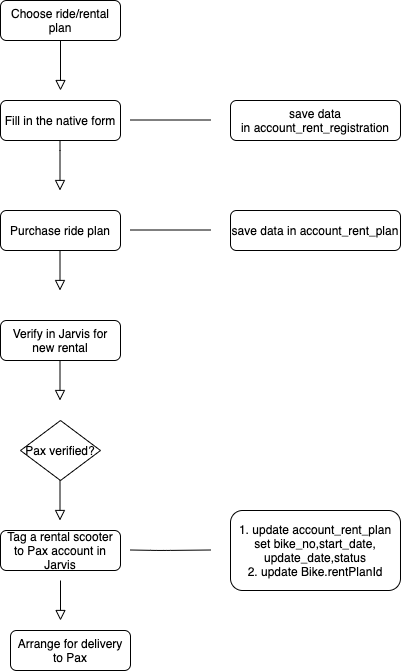
Before: Untitled Diagram.png, a diagram exported from draw.io (Shawn1208/blog). Source tidied: cells renumbered, new cells last; positions are measured from the earlier drawing's top-left corner, leaving out a move shared by most shapes.
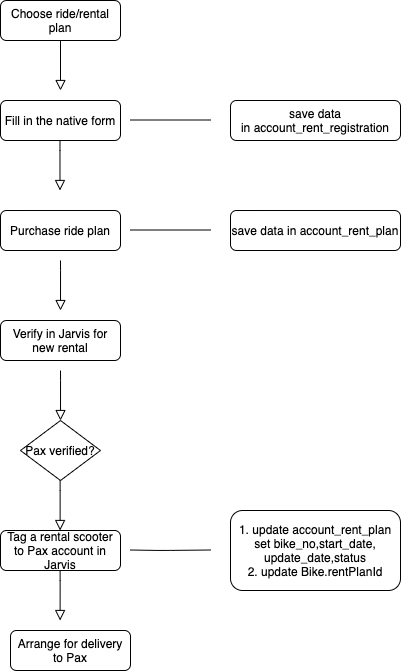
After the change.

The edit, as a diff of the source:
```diff
@@ -13,16 +13,6 @@
     <mxCell id="4" value="Purchase ride plan" style="rounded=1;whiteSpace=wrap;html=1;fontSize=12;glass=0;strokeWidth=1;shadow=0;" parent="1" vertex="1">
       <mxGeometry y="210" width="120" height="40" as="geometry" />
     </mxCell>
-    <mxCell id="5" style="rounded=0;html=1;jettySize=auto;orthogonalLoop=1;fontSize=11;endArrow=block;endFill=0;endSize=8;strokeWidth=1;shadow=0;labelBackgroundColor=none;edgeStyle=orthogonalEdgeStyle;" parent="1" edge="1">
-      <mxGeometry x="0.33" y="20" relative="1" as="geometry">
-        <mxPoint x="59.5" y="250" as="sourcePoint" />
-        <mxPoint x="59.5" y="290" as="targetPoint" />
-        <Array as="points">
-          <mxPoint x="59.5" y="290" />
-          <mxPoint x="59.5" y="290" />
-        </Array>
-      </mxGeometry>
-    </mxCell>
     <mxCell id="6" value="Verify in Jarvis for new rental" style="rounded=1;whiteSpace=wrap;html=1;fontSize=12;glass=0;strokeWidth=1;shadow=0;" parent="1" vertex="1">
       <mxGeometry y="320" width="120" height="40" as="geometry" />
     </mxCell>
@@ -57,32 +47,12 @@
     <mxCell id="12" value="save data in&amp;nbsp;account_rent_plan" style="rounded=1;whiteSpace=wrap;html=1;fontSize=12;glass=0;strokeWidth=1;shadow=0;" parent="1" vertex="1">
       <mxGeometry x="230" y="210" width="170" height="40" as="geometry" />
     </mxCell>
-    <mxCell id="13" style="rounded=0;html=1;jettySize=auto;orthogonalLoop=1;fontSize=11;endArrow=block;endFill=0;endSize=8;strokeWidth=1;shadow=0;labelBackgroundColor=none;edgeStyle=orthogonalEdgeStyle;" parent="1" edge="1">
-      <mxGeometry x="0.33" y="20" relative="1" as="geometry">
-        <mxPoint x="59.5" y="360" as="sourcePoint" />
-        <mxPoint x="59.5" y="400" as="targetPoint" />
-        <Array as="points">
-          <mxPoint x="60" y="400" />
-          <mxPoint x="60" y="400" />
-        </Array>
-      </mxGeometry>
-    </mxCell>
     <mxCell id="14" value="Pax verified?" style="rhombus;whiteSpace=wrap;html=1;" parent="1" vertex="1">
       <mxGeometry x="20" y="420" width="80" height="60" as="geometry" />
     </mxCell>
     <mxCell id="15" value="Tag a rental scooter to Pax account in Jarvis" style="rounded=1;whiteSpace=wrap;html=1;fontSize=12;glass=0;strokeWidth=1;shadow=0;" parent="1" vertex="1">
       <mxGeometry y="530" width="120" height="40" as="geometry" />
     </mxCell>
-    <mxCell id="16" style="rounded=0;html=1;jettySize=auto;orthogonalLoop=1;fontSize=11;endArrow=block;endFill=0;endSize=8;strokeWidth=1;shadow=0;labelBackgroundColor=none;edgeStyle=orthogonalEdgeStyle;" parent="1" edge="1">
-      <mxGeometry x="0.33" y="20" relative="1" as="geometry">
-        <mxPoint x="59.5" y="480" as="sourcePoint" />
-        <mxPoint x="59.5" y="520" as="targetPoint" />
-        <Array as="points">
-          <mxPoint x="60" y="520" />
-          <mxPoint x="60" y="520" />
-        </Array>
-      </mxGeometry>
-    </mxCell>
     <mxCell id="17" style="endArrow=none;html=1;" parent="1" edge="1">
       <mxGeometry relative="1" as="geometry">
         <mxPoint x="130" y="549.5" as="sourcePoint" />
@@ -95,18 +65,48 @@
     <mxCell id="18" value="1. update&amp;nbsp;account_rent_plan set&amp;nbsp;bike_no,start_date,&lt;br&gt;update_date,status&lt;br&gt;&lt;span&gt;2. update Bike.rentPlanId&lt;/span&gt;" style="rounded=1;whiteSpace=wrap;html=1;fontSize=12;glass=0;strokeWidth=1;shadow=0;" parent="1" vertex="1">
       <mxGeometry x="230" y="510" width="170" height="80" as="geometry" />
     </mxCell>
-    <mxCell id="19" style="rounded=0;html=1;jettySize=auto;orthogonalLoop=1;fontSize=11;endArrow=block;endFill=0;endSize=8;strokeWidth=1;shadow=0;labelBackgroundColor=none;edgeStyle=orthogonalEdgeStyle;" parent="1" edge="1">
-      <mxGeometry x="0.33" y="20" relative="1" as="geometry">
-        <mxPoint x="60" y="580" as="sourcePoint" />
-        <mxPoint x="60" y="620" as="targetPoint" />
-        <Array as="points">
-          <mxPoint x="60.5" y="620" />
-          <mxPoint x="60.5" y="620" />
-        </Array>
-      </mxGeometry>
-    </mxCell>
     <mxCell id="20" value="Arrange for delivery to Pax" style="rounded=1;whiteSpace=wrap;html=1;fontSize=12;glass=0;strokeWidth=1;shadow=0;" parent="1" vertex="1">
       <mxGeometry x="10" y="630" width="120" height="40" as="geometry" />
     </mxCell>
+    <mxCell id="21" style="rounded=0;html=1;jettySize=auto;orthogonalLoop=1;fontSize=11;endArrow=block;endFill=0;endSize=8;strokeWidth=1;shadow=0;labelBackgroundColor=none;edgeStyle=orthogonalEdgeStyle;" parent="1" edge="1">
+      <mxGeometry relative="1" as="geometry">
+        <mxPoint x="60" y="260" as="sourcePoint" />
+        <mxPoint x="60" y="310" as="targetPoint" />
+        <Array as="points">
+          <mxPoint x="60" y="270" />
+          <mxPoint x="60" y="270" />
+        </Array>
+      </mxGeometry>
+    </mxCell>
+    <mxCell id="22" style="rounded=0;html=1;jettySize=auto;orthogonalLoop=1;fontSize=11;endArrow=block;endFill=0;endSize=8;strokeWidth=1;shadow=0;labelBackgroundColor=none;edgeStyle=orthogonalEdgeStyle;" parent="1" edge="1">
+      <mxGeometry relative="1" as="geometry">
+        <mxPoint x="60" y="370" as="sourcePoint" />
+        <mxPoint x="60" y="420" as="targetPoint" />
+        <Array as="points">
+          <mxPoint x="60" y="380" />
+          <mxPoint x="60" y="380" />
+        </Array>
+      </mxGeometry>
+    </mxCell>
+    <mxCell id="23" style="rounded=0;html=1;jettySize=auto;orthogonalLoop=1;fontSize=11;endArrow=block;endFill=0;endSize=8;strokeWidth=1;shadow=0;labelBackgroundColor=none;edgeStyle=orthogonalEdgeStyle;" parent="1" edge="1">
+      <mxGeometry relative="1" as="geometry">
+        <mxPoint x="59.6" y="480" as="sourcePoint" />
+        <mxPoint x="59.6" y="530" as="targetPoint" />
+        <Array as="points">
+          <mxPoint x="59.6" y="490" />
+          <mxPoint x="59.6" y="490" />
+        </Array>
+      </mxGeometry>
+    </mxCell>
+    <mxCell id="24" style="rounded=0;html=1;jettySize=auto;orthogonalLoop=1;fontSize=11;endArrow=block;endFill=0;endSize=8;strokeWidth=1;shadow=0;labelBackgroundColor=none;edgeStyle=orthogonalEdgeStyle;" parent="1" edge="1">
+      <mxGeometry relative="1" as="geometry">
+        <mxPoint x="59.6" y="570" as="sourcePoint" />
+        <mxPoint x="59.6" y="620" as="targetPoint" />
+        <Array as="points">
+          <mxPoint x="59.6" y="580" />
+          <mxPoint x="59.6" y="580" />
+        </Array>
+      </mxGeometry>
+    </mxCell>
   </root>
 </mxGraphModel>
```
